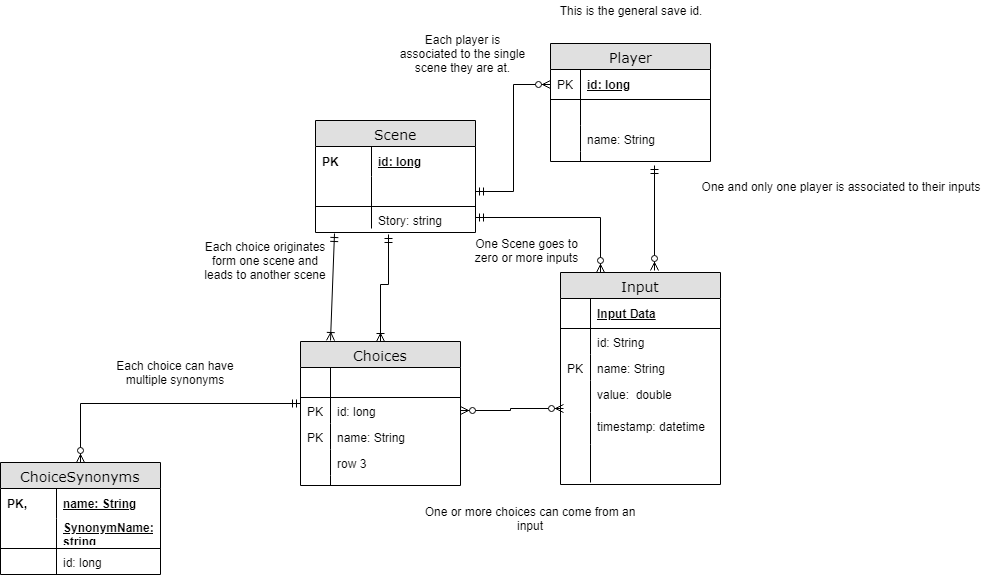
Earlier version of the draw.io export docs/EntityModel.png (balexander16/PictureQuest). Source tidied: cells renumbered, new cells last; positions are measured from the earlier drawing's top-left corner, leaving out a move shared by most shapes.
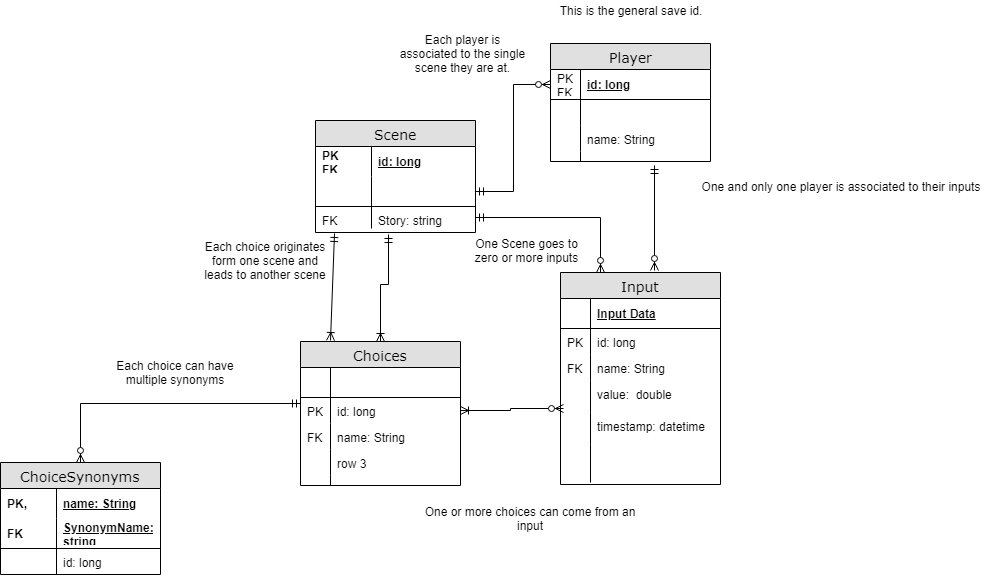
Later version of the same file.

What changed in the source:
```diff
@@ -8,7 +8,7 @@
     <mxCell id="3" value="id: long" style="shape=partialRectangle;top=0;left=0;right=0;bottom=0;html=1;align=left;verticalAlign=middle;fillColor=none;spacingLeft=60;spacingRight=4;whiteSpace=wrap;overflow=hidden;fontStyle=5;" parent="2" vertex="1">
       <mxGeometry y="26" width="160" height="30" as="geometry" />
     </mxCell>
-    <mxCell id="4" value="PK" style="shape=partialRectangle;fontStyle=1;top=0;left=0;bottom=0;html=1;fillColor=none;align=left;verticalAlign=middle;spacingLeft=4;spacingRight=4;whiteSpace=wrap;overflow=hidden;" parent="3" vertex="1">
+    <mxCell id="4" value="PK&lt;br&gt;FK&lt;br&gt;" style="shape=partialRectangle;fontStyle=1;top=0;left=0;bottom=0;html=1;fillColor=none;align=left;verticalAlign=middle;spacingLeft=4;spacingRight=4;whiteSpace=wrap;overflow=hidden;" parent="3" vertex="1">
       <mxGeometry width="56" height="30" as="geometry" />
     </mxCell>
     <mxCell id="5" style="shape=partialRectangle;top=0;left=0;right=0;bottom=1;html=1;align=left;verticalAlign=middle;fillColor=none;spacingLeft=60;spacingRight=4;whiteSpace=wrap;overflow=hidden;points=[[0,0.5],[1,0.5]];portConstraint=eastwest;fontStyle=5;" parent="2" vertex="1">
@@ -20,7 +20,7 @@
     <mxCell id="7" value="Story: string" style="shape=partialRectangle;top=0;left=0;right=0;bottom=0;html=1;align=left;verticalAlign=top;fillColor=none;spacingLeft=60;spacingRight=4;whiteSpace=wrap;overflow=hidden;points=[[0,0.5],[1,0.5]];portConstraint=eastwest;" parent="2" vertex="1">
       <mxGeometry y="86" width="160" height="22" as="geometry" />
     </mxCell>
-    <mxCell id="8" style="shape=partialRectangle;top=0;left=0;bottom=0;html=1;fillColor=none;align=left;verticalAlign=top;spacingLeft=4;spacingRight=4;whiteSpace=wrap;overflow=hidden;" parent="7" vertex="1">
+    <mxCell id="8" value="FK" style="shape=partialRectangle;top=0;left=0;bottom=0;html=1;fillColor=none;align=left;verticalAlign=top;spacingLeft=4;spacingRight=4;whiteSpace=wrap;overflow=hidden;" parent="7" vertex="1">
       <mxGeometry width="56" height="22" as="geometry" />
     </mxCell>
     <mxCell id="9" value="Player" style="swimlane;html=1;fontStyle=0;horizontal=1;startSize=26;fillColor=#e0e0e0;swimlaneFillColor=#ffffff;align=center;rounded=0;shadow=0;comic=0;labelBackgroundColor=none;strokeColor=#000000;strokeWidth=1;fontFamily=Verdana;fontSize=14;fontColor=#000000;swimlaneLine=1;" parent="1" vertex="1">
@@ -29,7 +29,7 @@
     <mxCell id="10" value="id: long" style="shape=partialRectangle;top=0;left=0;right=0;bottom=1;html=1;align=left;verticalAlign=middle;fillColor=none;spacingLeft=34;spacingRight=4;whiteSpace=wrap;overflow=hidden;points=[[0,0.5],[1,0.5]];portConstraint=eastwest;fontStyle=5;" parent="9" vertex="1">
       <mxGeometry y="26" width="160" height="30" as="geometry" />
     </mxCell>
-    <mxCell id="11" value="PK" style="shape=partialRectangle;top=0;left=0;bottom=0;html=1;fillColor=none;align=left;verticalAlign=middle;spacingLeft=4;spacingRight=4;whiteSpace=wrap;overflow=hidden;" parent="10" vertex="1">
+    <mxCell id="11" value="PK&lt;br&gt;FK&lt;br&gt;" style="shape=partialRectangle;top=0;left=0;bottom=0;html=1;fillColor=none;align=left;verticalAlign=middle;spacingLeft=4;spacingRight=4;whiteSpace=wrap;overflow=hidden;" parent="10" vertex="1">
       <mxGeometry width="30" height="30" as="geometry" />
     </mxCell>
     <mxCell id="12" style="shape=partialRectangle;top=0;left=0;right=0;bottom=0;html=1;align=left;verticalAlign=top;fillColor=none;spacingLeft=34;spacingRight=4;whiteSpace=wrap;overflow=hidden;" parent="9" vertex="1">
@@ -59,16 +59,16 @@
     <mxCell id="20" style="shape=partialRectangle;top=0;left=0;bottom=0;html=1;fillColor=none;align=left;verticalAlign=middle;spacingLeft=4;spacingRight=4;whiteSpace=wrap;overflow=hidden;" parent="19" vertex="1">
       <mxGeometry width="30" height="30" as="geometry" />
     </mxCell>
-    <mxCell id="21" value="id: String" style="shape=partialRectangle;top=0;left=0;right=0;bottom=0;html=1;align=left;verticalAlign=top;fillColor=none;spacingLeft=34;spacingRight=4;whiteSpace=wrap;overflow=hidden;" parent="18" vertex="1">
+    <mxCell id="21" value="id: long" style="shape=partialRectangle;top=0;left=0;right=0;bottom=0;html=1;align=left;verticalAlign=top;fillColor=none;spacingLeft=34;spacingRight=4;whiteSpace=wrap;overflow=hidden;" parent="18" vertex="1">
       <mxGeometry y="56" width="160" height="26" as="geometry" />
     </mxCell>
-    <mxCell id="22" style="shape=partialRectangle;top=0;left=0;bottom=0;html=1;fillColor=none;align=left;verticalAlign=top;spacingLeft=4;spacingRight=4;whiteSpace=wrap;overflow=hidden;" parent="21" vertex="1">
+    <mxCell id="22" value="PK" style="shape=partialRectangle;top=0;left=0;bottom=0;html=1;fillColor=none;align=left;verticalAlign=top;spacingLeft=4;spacingRight=4;whiteSpace=wrap;overflow=hidden;" parent="21" vertex="1">
       <mxGeometry width="30" height="26" as="geometry" />
     </mxCell>
     <mxCell id="23" value="name: String" style="shape=partialRectangle;top=0;left=0;right=0;bottom=0;html=1;align=left;verticalAlign=top;fillColor=none;spacingLeft=34;spacingRight=4;whiteSpace=wrap;overflow=hidden;" parent="18" vertex="1">
       <mxGeometry y="82" width="160" height="26" as="geometry" />
     </mxCell>
-    <mxCell id="24" value="PK" style="shape=partialRectangle;top=0;left=0;bottom=0;html=1;fillColor=none;align=left;verticalAlign=top;spacingLeft=4;spacingRight=4;whiteSpace=wrap;overflow=hidden;" parent="23" vertex="1">
+    <mxCell id="24" value="FK" style="shape=partialRectangle;top=0;left=0;bottom=0;html=1;fillColor=none;align=left;verticalAlign=top;spacingLeft=4;spacingRight=4;whiteSpace=wrap;overflow=hidden;" parent="23" vertex="1">
       <mxGeometry width="30" height="26" as="geometry" />
     </mxCell>
     <mxCell id="25" value="value:&amp;nbsp; double" style="shape=partialRectangle;top=0;left=0;right=0;bottom=0;html=1;align=left;verticalAlign=top;fillColor=none;spacingLeft=34;spacingRight=4;whiteSpace=wrap;overflow=hidden;" parent="18" vertex="1">
@@ -104,7 +104,7 @@
     <mxCell id="35" value="SynonymName: string" style="shape=partialRectangle;top=0;left=0;right=0;bottom=1;html=1;align=left;verticalAlign=middle;fillColor=none;spacingLeft=60;spacingRight=4;whiteSpace=wrap;overflow=hidden;fontStyle=5;" parent="32" vertex="1">
       <mxGeometry y="56" width="160" height="30" as="geometry" />
     </mxCell>
-    <mxCell id="36" style="shape=partialRectangle;fontStyle=1;top=0;left=0;bottom=0;html=1;fillColor=none;align=left;verticalAlign=middle;spacingLeft=4;spacingRight=4;whiteSpace=wrap;overflow=hidden;" parent="35" vertex="1">
+    <mxCell id="36" value="FK" style="shape=partialRectangle;fontStyle=1;top=0;left=0;bottom=0;html=1;fillColor=none;align=left;verticalAlign=middle;spacingLeft=4;spacingRight=4;whiteSpace=wrap;overflow=hidden;" parent="35" vertex="1">
       <mxGeometry width="56" height="30" as="geometry" />
     </mxCell>
     <mxCell id="37" value="id: long" style="shape=partialRectangle;top=0;left=0;right=0;bottom=0;html=1;align=left;verticalAlign=top;fillColor=none;spacingLeft=60;spacingRight=4;whiteSpace=wrap;overflow=hidden;" parent="32" vertex="1">
@@ -139,7 +139,7 @@
     <mxCell id="45" value="name: String" style="shape=partialRectangle;top=0;left=0;right=0;bottom=0;html=1;align=left;verticalAlign=top;fillColor=none;spacingLeft=34;spacingRight=4;whiteSpace=wrap;overflow=hidden;" parent="40" vertex="1">
       <mxGeometry y="82" width="160" height="26" as="geometry" />
     </mxCell>
-    <mxCell id="46" value="PK" style="shape=partialRectangle;top=0;left=0;bottom=0;html=1;fillColor=none;align=left;verticalAlign=top;spacingLeft=4;spacingRight=4;whiteSpace=wrap;overflow=hidden;" parent="45" vertex="1">
+    <mxCell id="46" value="FK" style="shape=partialRectangle;top=0;left=0;bottom=0;html=1;fillColor=none;align=left;verticalAlign=top;spacingLeft=4;spacingRight=4;whiteSpace=wrap;overflow=hidden;" parent="45" vertex="1">
       <mxGeometry width="30" height="26" as="geometry" />
     </mxCell>
     <mxCell id="47" value="row 3" style="shape=partialRectangle;top=0;left=0;right=0;bottom=0;html=1;align=left;verticalAlign=top;fillColor=none;spacingLeft=34;spacingRight=4;whiteSpace=wrap;overflow=hidden;" parent="40" vertex="1">
@@ -157,7 +157,7 @@
     <mxCell id="51" value="This is the general save id." style="text;html=1;strokeColor=none;fillColor=none;align=center;verticalAlign=middle;whiteSpace=wrap;rounded=0;" parent="1" vertex="1">
       <mxGeometry x="550" width="160" height="20" as="geometry" />
     </mxCell>
-    <mxCell id="52" style="edgeStyle=orthogonalEdgeStyle;rounded=0;jettySize=auto;html=1;exitX=1;exitY=0.5;exitDx=0;exitDy=0;entryX=0.016;entryY=-0.125;entryDx=0;entryDy=0;entryPerimeter=0;startArrow=ERzeroToMany;startFill=1;endArrow=ERzeroToMany;endFill=1;" parent="1" edge="1" source="43" target="27">
+    <mxCell id="52" style="edgeStyle=orthogonalEdgeStyle;rounded=0;jettySize=auto;html=1;exitX=1;exitY=0.5;exitDx=0;exitDy=0;entryX=0.016;entryY=-0.125;entryDx=0;entryDy=0;entryPerimeter=0;startArrow=ERoneToMany;startFill=0;endArrow=ERzeroToMany;endFill=1;" parent="1" edge="1" source="43" target="27">
       <mxGeometry relative="1" as="geometry" />
     </mxCell>
     <mxCell id="53" style="edgeStyle=orthogonalEdgeStyle;rounded=0;jettySize=auto;html=1;exitX=1;exitY=0.5;exitDx=0;exitDy=0;entryX=0;entryY=0.5;entryDx=0;entryDy=0;startArrow=ERmandOne;startFill=0;endArrow=ERzeroToMany;endFill=1;" parent="1" edge="1" source="5" target="10">
```
